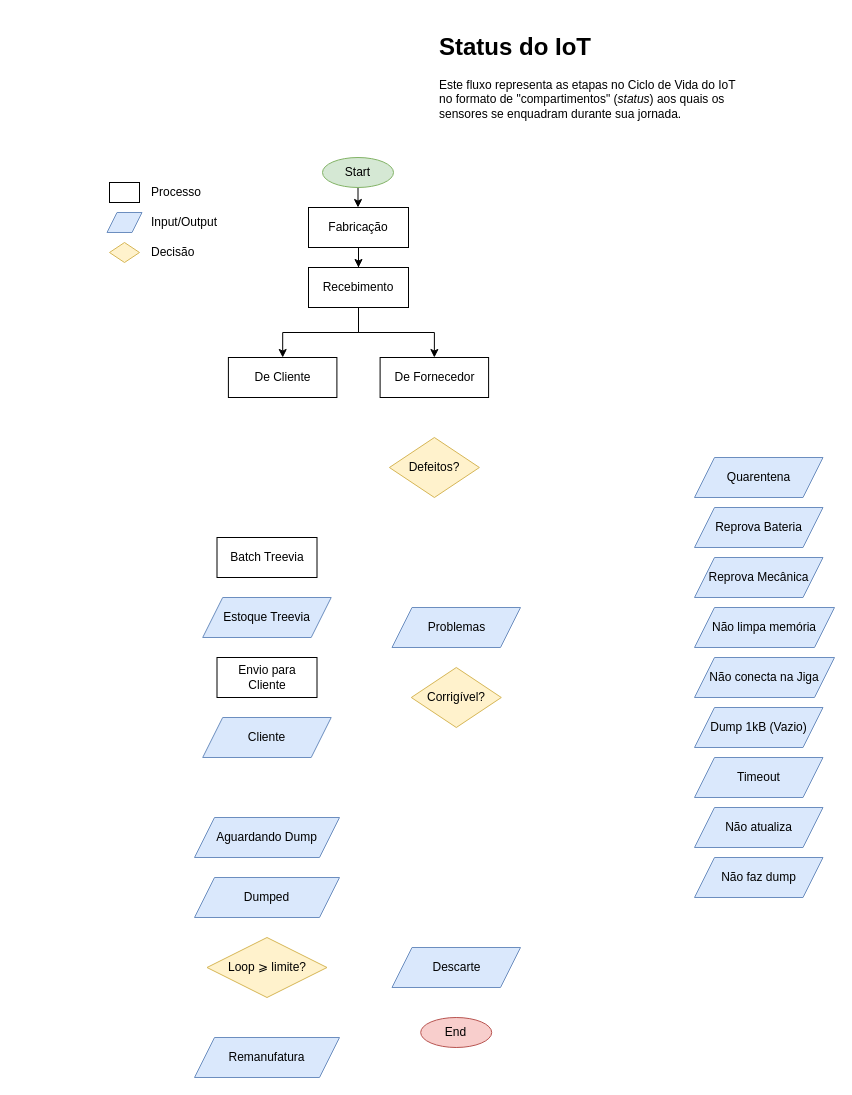
jotasaraiva/iot-life-cycle keeps this draw.io diagram as page "Status LC" (2 of 2) of drawio/life-cycle.drawio. Above is the earlier version. Source tidied: cells renumbered, new cells numbered last; positions are measured from the earlier drawing's top-left corner, leaving out a move shared by most shapes. Both pictures are drawn from the tidied source at 100%, with x=0, y=0 at pixel (106, 27).
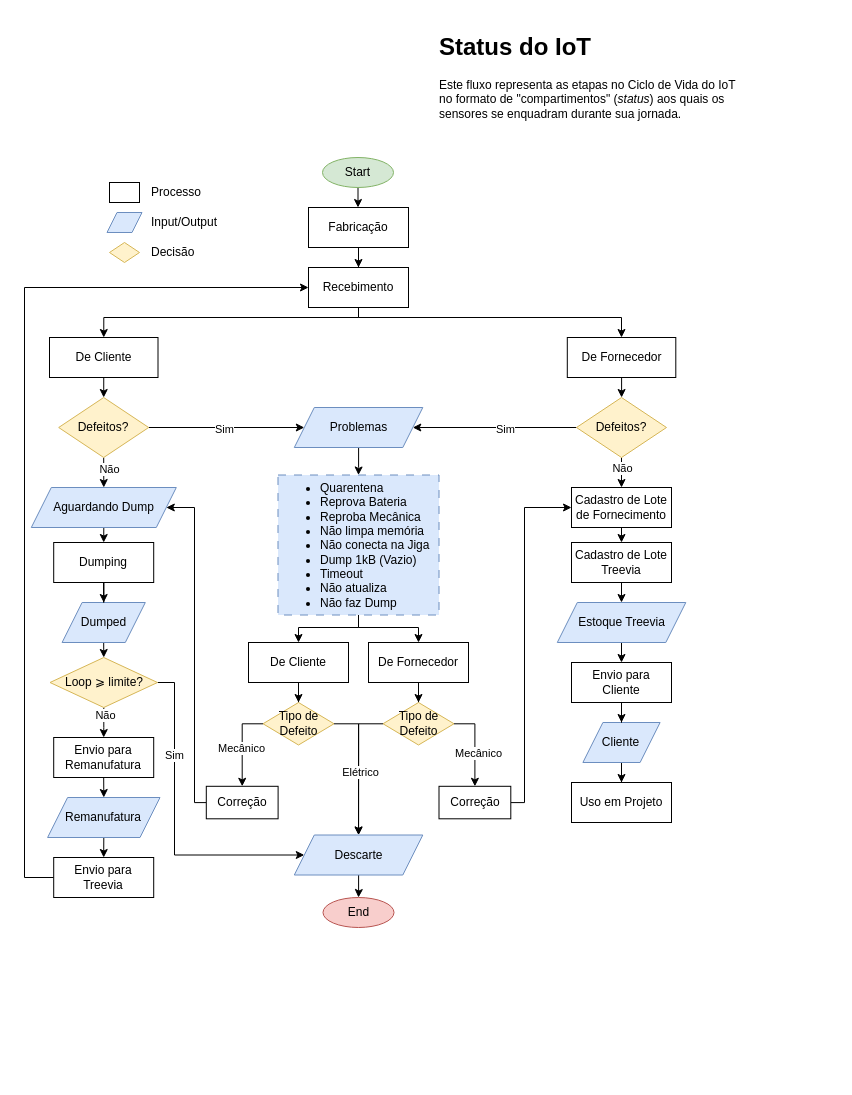
Above is the later version.

Unchanged cells that the change refers to:
```xml
<mxCell id="6" value="Recebimento" style="rounded=0;whiteSpace=wrap;html=1;" parent="1" vertex="1">
  <mxGeometry x="202" y="240" width="100" height="40" as="geometry" />
</mxCell>
```

What changed in the source:
```diff
@@
-    <mxCell id="4" style="edgeStyle=orthogonalEdgeStyle;rounded=0;jettySize=auto;html=1;entryX=0.5;entryY=0;entryDx=0;entryDy=0;" parent="1" edge="1" source="6" target="39">
-      <mxGeometry relative="1" as="geometry" />
+    <mxCell id="4" style="edgeStyle=orthogonalEdgeStyle;rounded=0;jettySize=auto;html=1;" parent="1" edge="1" source="6" target="39">
+      <mxGeometry relative="1" as="geometry">
+        <Array as="points">
+          <mxPoint x="252" y="290" />
+          <mxPoint x="515" y="290" />
+        </Array>
+      </mxGeometry>
     </mxCell>
-    <mxCell id="5" style="edgeStyle=orthogonalEdgeStyle;rounded=0;jettySize=auto;html=1;" parent="1" edge="1" source="6" target="38">
-      <mxGeometry relative="1" as="geometry" />
+    <mxCell id="5" style="edgeStyle=orthogonalEdgeStyle;rounded=0;jettySize=auto;html=1;entryX=0.5;entryY=0;entryDx=0;entryDy=0;" parent="1" edge="1" source="6" target="38">
+      <mxGeometry relative="1" as="geometry">
+        <Array as="points">
+          <mxPoint x="252" y="290" />
+          <mxPoint x="-3" y="290" />
+        </Array>
+      </mxGeometry>
     </mxCell>
@@
+    <mxCell id="40" style="edgeStyle=orthogonalEdgeStyle;rounded=0;jettySize=auto;html=1;entryX=0.5;entryY=0;entryDx=0;entryDy=0;" parent="1" edge="1" source="16" target="36">
+      <mxGeometry relative="1" as="geometry">
+        <Array as="points">
+          <mxPoint x="515.5" y="635" />
+          <mxPoint x="515.5" y="635" />
+        </Array>
+      </mxGeometry>
+    </mxCell>
     <mxCell id="16" value="Estoque Treevia" style="shape=parallelogram;perimeter=parallelogramPerimeter;whiteSpace=wrap;html=1;fixedSize=1;fillColor=#dae8fc;strokeColor=#6c8ebf;" parent="1" vertex="1">
-      <mxGeometry x="96.2" y="570" width="128.5" height="40" as="geometry" />
+      <mxGeometry x="450.8" y="575" width="128.5" height="40" as="geometry" />
     </mxCell>
-    <mxCell id="17" value="Problemas" style="shape=parallelogram;perimeter=parallelogramPerimeter;whiteSpace=wrap;html=1;fixedSize=1;fillColor=#dae8fc;strokeColor=#6c8ebf;" parent="1" vertex="1">
-      <mxGeometry x="285.5" y="580" width="128.5" height="40" as="geometry" />
-    </mxCell>
-    <mxCell id="18" value="Não limpa memória" style="shape=parallelogram;perimeter=parallelogramPerimeter;whiteSpace=wrap;html=1;fixedSize=1;fillColor=#dae8fc;strokeColor=#6c8ebf;" parent="1" vertex="1">
-      <mxGeometry x="588" y="580" width="140" height="40" as="geometry" />
-    </mxCell>
-    <mxCell id="19" value="Não conecta na Jiga" style="shape=parallelogram;perimeter=parallelogramPerimeter;whiteSpace=wrap;html=1;fixedSize=1;fillColor=#dae8fc;strokeColor=#6c8ebf;" parent="1" vertex="1">
-      <mxGeometry x="588" y="630" width="140" height="40" as="geometry" />
-    </mxCell>
-    <mxCell id="20" value="Dump 1kB (Vazio)" style="shape=parallelogram;perimeter=parallelogramPerimeter;whiteSpace=wrap;html=1;fixedSize=1;fillColor=#dae8fc;strokeColor=#6c8ebf;" parent="1" vertex="1">
-      <mxGeometry x="588" y="680" width="128.5" height="40" as="geometry" />
-    </mxCell>
-    <mxCell id="21" value="Timeout" style="shape=parallelogram;perimeter=parallelogramPerimeter;whiteSpace=wrap;html=1;fixedSize=1;fillColor=#dae8fc;strokeColor=#6c8ebf;" parent="1" vertex="1">
-      <mxGeometry x="588" y="730" width="128.5" height="40" as="geometry" />
-    </mxCell>
-    <mxCell id="22" value="Reprova Mecânica" style="shape=parallelogram;perimeter=parallelogramPerimeter;whiteSpace=wrap;html=1;fixedSize=1;fillColor=#dae8fc;strokeColor=#6c8ebf;" parent="1" vertex="1">
-      <mxGeometry x="588" y="530" width="128.5" height="40" as="geometry" />
-    </mxCell>
-    <mxCell id="23" value="Reprova Bateria" style="shape=parallelogram;perimeter=parallelogramPerimeter;whiteSpace=wrap;html=1;fixedSize=1;fillColor=#dae8fc;strokeColor=#6c8ebf;" parent="1" vertex="1">
-      <mxGeometry x="588" y="480" width="128.5" height="40" as="geometry" />
-    </mxCell>
-    <mxCell id="24" value="Quarentena" style="shape=parallelogram;perimeter=parallelogramPerimeter;whiteSpace=wrap;html=1;fixedSize=1;fillColor=#dae8fc;strokeColor=#6c8ebf;" parent="1" vertex="1">
-      <mxGeometry x="588" y="430" width="128.5" height="40" as="geometry" />
-    </mxCell>
-    <mxCell id="25" value="Não atualiza" style="shape=parallelogram;perimeter=parallelogramPerimeter;whiteSpace=wrap;html=1;fixedSize=1;fillColor=#dae8fc;strokeColor=#6c8ebf;" parent="1" vertex="1">
-      <mxGeometry x="588" y="780" width="128.5" height="40" as="geometry" />
-    </mxCell>
-    <mxCell id="26" value="Não faz dump" style="shape=parallelogram;perimeter=parallelogramPerimeter;whiteSpace=wrap;html=1;fixedSize=1;fillColor=#dae8fc;strokeColor=#6c8ebf;" parent="1" vertex="1">
-      <mxGeometry x="588" y="830" width="128.5" height="40" as="geometry" />
-    </mxCell>
+    <mxCell id="41" style="edgeStyle=orthogonalEdgeStyle;rounded=0;jettySize=auto;html=1;entryX=0.5;entryY=0;entryDx=0;entryDy=0;" parent="1" edge="1" source="27" target="67">
+      <mxGeometry relative="1" as="geometry" />
+    </mxCell>
     <mxCell id="27" value="Cliente" style="shape=parallelogram;perimeter=parallelogramPerimeter;whiteSpace=wrap;html=1;fixedSize=1;fillColor=#dae8fc;strokeColor=#6c8ebf;" parent="1" vertex="1">
-      <mxGeometry x="96.2" y="690" width="128.5" height="40" as="geometry" />
+      <mxGeometry x="476.4" y="695" width="77.2" height="40" as="geometry" />
     </mxCell>
+    <mxCell id="42" style="edgeStyle=orthogonalEdgeStyle;rounded=0;jettySize=auto;html=1;exitX=0.5;exitY=1;exitDx=0;exitDy=0;entryX=0.5;entryY=0;entryDx=0;entryDy=0;" parent="1" edge="1" source="28" target="69">
+      <mxGeometry relative="1" as="geometry" />
+    </mxCell>
     <mxCell id="28" value="Aguardando Dump" style="shape=parallelogram;perimeter=parallelogramPerimeter;whiteSpace=wrap;html=1;fixedSize=1;fillColor=#dae8fc;strokeColor=#6c8ebf;" parent="1" vertex="1">
-      <mxGeometry x="88" y="790" width="145" height="40" as="geometry" />
+      <mxGeometry x="-75.2" y="460" width="145" height="40" as="geometry" />
     </mxCell>
+    <mxCell id="43" style="edgeStyle=orthogonalEdgeStyle;rounded=0;jettySize=auto;html=1;exitX=0.5;exitY=1;exitDx=0;exitDy=0;entryX=0.5;entryY=0;entryDx=0;entryDy=0;" parent="1" edge="1" source="29" target="73">
+      <mxGeometry relative="1" as="geometry" />
+    </mxCell>
     <mxCell id="29" value="Remanufatura" style="shape=parallelogram;perimeter=parallelogramPerimeter;whiteSpace=wrap;html=1;fixedSize=1;fillColor=#dae8fc;strokeColor=#6c8ebf;" parent="1" vertex="1">
-      <mxGeometry x="88" y="1010" width="145" height="40" as="geometry" />
+      <mxGeometry x="-58.9" y="770" width="112.4" height="40" as="geometry" />
     </mxCell>
+    <mxCell id="44" style="edgeStyle=orthogonalEdgeStyle;rounded=0;jettySize=auto;html=1;entryX=0;entryY=0.5;entryDx=0;entryDy=0;" parent="1" edge="1" source="30" target="32">
+      <mxGeometry relative="1" as="geometry">
+        <Array as="points">
+          <mxPoint x="68" y="655" />
+          <mxPoint x="68" y="828" />
+        </Array>
+      </mxGeometry>
+    </mxCell>
+    <mxCell id="45" value="Sim" style="edgeLabel;html=1;align=center;verticalAlign=middle;" parent="44" vertex="1">
+      <mxGeometry x="-0.44" y="-1" relative="1" as="geometry" />
+    </mxCell>
+    <mxCell id="46" style="edgeStyle=orthogonalEdgeStyle;rounded=0;jettySize=auto;html=1;entryX=0.5;entryY=0;entryDx=0;entryDy=0;" parent="1" edge="1" source="30" target="71">
+      <mxGeometry relative="1" as="geometry" />
+    </mxCell>
+    <mxCell id="47" value="Não" style="edgeLabel;html=1;align=center;verticalAlign=middle;" parent="46" vertex="1">
+      <mxGeometry x="-0.47" y="1" relative="1" as="geometry" />
+    </mxCell>
     <mxCell id="30" value="Loop ⩾ limite?" style="rhombus;whiteSpace=wrap;html=1;fillColor=#fff2cc;strokeColor=#d6b656;" parent="1" vertex="1">
-      <mxGeometry x="100.5" y="910" width="120" height="60" as="geometry" />
+      <mxGeometry x="-56.5" y="630" width="107.5" height="50" as="geometry" />
     </mxCell>
-    <mxCell id="31" value="Corrigível?" style="rhombus;whiteSpace=wrap;html=1;fillColor=#fff2cc;strokeColor=#d6b656;" parent="1" vertex="1">
-      <mxGeometry x="304.8" y="640" width="90" height="60" as="geometry" />
-    </mxCell>
+    <mxCell id="48" style="edgeStyle=orthogonalEdgeStyle;rounded=0;jettySize=auto;html=1;entryX=0.5;entryY=0;entryDx=0;entryDy=0;" parent="1" edge="1" source="32" target="35">
+      <mxGeometry relative="1" as="geometry" />
+    </mxCell>
     <mxCell id="32" value="Descarte" style="shape=parallelogram;perimeter=parallelogramPerimeter;whiteSpace=wrap;html=1;fixedSize=1;fillColor=#dae8fc;strokeColor=#6c8ebf;" parent="1" vertex="1">
-      <mxGeometry x="285.5" y="920" width="128.5" height="40" as="geometry" />
+      <mxGeometry x="187.8" y="807.5" width="128.5" height="40" as="geometry" />
     </mxCell>
+    <mxCell id="49" style="edgeStyle=orthogonalEdgeStyle;rounded=0;jettySize=auto;html=1;" parent="1" edge="1" source="33" target="60">
+      <mxGeometry relative="1" as="geometry">
+        <Array as="points">
+          <mxPoint x="515" y="440" />
+          <mxPoint x="515" y="440" />
+        </Array>
+      </mxGeometry>
+    </mxCell>
+    <mxCell id="50" value="Não" style="edgeLabel;html=1;align=center;verticalAlign=middle;" parent="49" vertex="1">
+      <mxGeometry x="-0.6" y="1" relative="1" as="geometry">
+        <mxPoint x="-1" y="4" as="offset" />
+      </mxGeometry>
+    </mxCell>
+    <mxCell id="51" style="edgeStyle=orthogonalEdgeStyle;rounded=0;jettySize=auto;html=1;entryX=1;entryY=0.5;entryDx=0;entryDy=0;" parent="1" edge="1" source="33" target="17">
+      <mxGeometry relative="1" as="geometry" />
+    </mxCell>
+    <mxCell id="52" value="Sim" style="edgeLabel;html=1;align=center;verticalAlign=middle;" parent="51" vertex="1">
+      <mxGeometry x="-0.12" y="1" relative="1" as="geometry" />
+    </mxCell>
     <mxCell id="33" value="Defeitos?" style="rhombus;whiteSpace=wrap;html=1;fillColor=#fff2cc;strokeColor=#d6b656;" parent="1" vertex="1">
-      <mxGeometry x="282.9" y="410" width="90" height="60" as="geometry" />
+      <mxGeometry x="470" y="370" width="90" height="60" as="geometry" />
     </mxCell>
+    <mxCell id="53" style="edgeStyle=orthogonalEdgeStyle;rounded=0;jettySize=auto;html=1;exitX=0.5;exitY=1;exitDx=0;exitDy=0;entryX=0.5;entryY=0;entryDx=0;entryDy=0;" parent="1" edge="1" source="34" target="30">
+      <mxGeometry relative="1" as="geometry" />
+    </mxCell>
     <mxCell id="34" value="Dumped" style="shape=parallelogram;perimeter=parallelogramPerimeter;whiteSpace=wrap;html=1;fixedSize=1;fillColor=#dae8fc;strokeColor=#6c8ebf;" parent="1" vertex="1">
-      <mxGeometry x="88" y="850" width="145" height="40" as="geometry" />
+      <mxGeometry x="-44.4" y="575" width="83.2" height="40" as="geometry" />
     </mxCell>
     <mxCell id="35" value="End" style="ellipse;whiteSpace=wrap;html=1;fillColor=#f8cecc;strokeColor=#b85450;" parent="1" vertex="1">
-      <mxGeometry x="314.2" y="990" width="71" height="30" as="geometry" />
+      <mxGeometry x="216.5" y="870" width="71" height="30" as="geometry" />
     </mxCell>
+    <mxCell id="54" style="edgeStyle=orthogonalEdgeStyle;rounded=0;jettySize=auto;html=1;entryX=0.5;entryY=0;entryDx=0;entryDy=0;" parent="1" edge="1" source="36" target="27">
+      <mxGeometry relative="1" as="geometry" />
+    </mxCell>
     <mxCell id="36" value="Envio para Cliente" style="rounded=0;whiteSpace=wrap;html=1;" parent="1" vertex="1">
-      <mxGeometry x="110.5" y="630" width="100" height="40" as="geometry" />
+      <mxGeometry x="465" y="635" width="100" height="40" as="geometry" />
     </mxCell>
-    <mxCell id="37" value="Batch Treevia" style="rounded=0;whiteSpace=wrap;html=1;" parent="1" vertex="1">
-      <mxGeometry x="110.5" y="510" width="100" height="40" as="geometry" />
-    </mxCell>
+    <mxCell id="55" style="edgeStyle=orthogonalEdgeStyle;rounded=0;jettySize=auto;html=1;exitX=0.5;exitY=1;exitDx=0;exitDy=0;entryX=0.5;entryY=0;entryDx=0;entryDy=0;" parent="1" edge="1" source="38" target="66">
+      <mxGeometry relative="1" as="geometry" />
+    </mxCell>
     <mxCell id="38" value="De Cliente" style="rounded=0;whiteSpace=wrap;html=1;" parent="1" vertex="1">
-      <mxGeometry x="121.9" y="330" width="108.5" height="40" as="geometry" />
+      <mxGeometry x="-57" y="310" width="108.5" height="40" as="geometry" />
     </mxCell>
+    <mxCell id="56" style="edgeStyle=orthogonalEdgeStyle;rounded=0;jettySize=auto;html=1;" parent="1" edge="1" source="39" target="33">
+      <mxGeometry relative="1" as="geometry" />
+    </mxCell>
     <mxCell id="39" value="De Fornecedor" style="rounded=0;whiteSpace=wrap;html=1;" parent="1" vertex="1">
-      <mxGeometry x="273.6" y="330" width="108.5" height="40" as="geometry" />
+      <mxGeometry x="460.8" y="310" width="108.5" height="40" as="geometry" />
     </mxCell>
+    <mxCell id="57" style="edgeStyle=orthogonalEdgeStyle;rounded=0;jettySize=auto;html=1;entryX=0.5;entryY=0;entryDx=0;entryDy=0;" parent="1" edge="1" source="58" target="16">
+      <mxGeometry relative="1" as="geometry" />
+    </mxCell>
+    <mxCell id="58" value="Cadastro de Lote Treevia" style="rounded=0;whiteSpace=wrap;html=1;" parent="1" vertex="1">
+      <mxGeometry x="465" y="515" width="100" height="40" as="geometry" />
+    </mxCell>
+    <mxCell id="59" style="edgeStyle=orthogonalEdgeStyle;rounded=0;jettySize=auto;html=1;exitX=0.5;exitY=1;exitDx=0;exitDy=0;entryX=0.5;entryY=0;entryDx=0;entryDy=0;" parent="1" edge="1" source="60" target="58">
+      <mxGeometry relative="1" as="geometry" />
+    </mxCell>
+    <mxCell id="60" value="Cadastro de Lote de Fornecimento" style="rounded=0;whiteSpace=wrap;html=1;" parent="1" vertex="1">
+      <mxGeometry x="465" y="460" width="100" height="40" as="geometry" />
+    </mxCell>
+    <mxCell id="61" style="edgeStyle=orthogonalEdgeStyle;rounded=0;jettySize=auto;html=1;entryX=0.5;entryY=0;entryDx=0;entryDy=0;" parent="1" edge="1" source="17" target="76">
+      <mxGeometry relative="1" as="geometry" />
+    </mxCell>
+    <mxCell id="17" value="Problemas" style="shape=parallelogram;perimeter=parallelogramPerimeter;whiteSpace=wrap;html=1;fixedSize=1;fillColor=#dae8fc;strokeColor=#6c8ebf;" parent="1" vertex="1">
+      <mxGeometry x="187.8" y="380" width="128.5" height="40" as="geometry" />
+    </mxCell>
+    <mxCell id="62" style="edgeStyle=orthogonalEdgeStyle;rounded=0;jettySize=auto;html=1;entryX=0.5;entryY=0;entryDx=0;entryDy=0;" parent="1" edge="1" source="66" target="28">
+      <mxGeometry relative="1" as="geometry">
+        <Array as="points">
+          <mxPoint x="-2" y="440" />
+          <mxPoint x="-2" y="440" />
+        </Array>
+      </mxGeometry>
+    </mxCell>
+    <mxCell id="63" value="Não" style="edgeLabel;html=1;align=center;verticalAlign=middle;" parent="62" vertex="1">
+      <mxGeometry x="-0.2" y="5" relative="1" as="geometry" />
+    </mxCell>
+    <mxCell id="64" style="edgeStyle=orthogonalEdgeStyle;rounded=0;jettySize=auto;html=1;entryX=0;entryY=0.5;entryDx=0;entryDy=0;" parent="1" edge="1" source="66" target="17">
+      <mxGeometry relative="1" as="geometry" />
+    </mxCell>
+    <mxCell id="65" value="Sim" style="edgeLabel;html=1;align=center;verticalAlign=middle;" parent="64" vertex="1">
+      <mxGeometry x="-0.03" y="-1" relative="1" as="geometry" />
+    </mxCell>
+    <mxCell id="66" value="Defeitos?" style="rhombus;whiteSpace=wrap;html=1;fillColor=#fff2cc;strokeColor=#d6b656;" parent="1" vertex="1">
+      <mxGeometry x="-47.8" y="370" width="90" height="60" as="geometry" />
+    </mxCell>
+    <mxCell id="67" value="Uso em Projeto" style="rounded=0;whiteSpace=wrap;html=1;" parent="1" vertex="1">
+      <mxGeometry x="465" y="755" width="100" height="40" as="geometry" />
+    </mxCell>
+    <mxCell id="68" style="edgeStyle=orthogonalEdgeStyle;rounded=0;jettySize=auto;html=1;" parent="1" edge="1" source="69" target="34">
+      <mxGeometry relative="1" as="geometry" />
+    </mxCell>
+    <mxCell id="69" value="Dumping" style="rounded=0;whiteSpace=wrap;html=1;" parent="1" vertex="1">
+      <mxGeometry x="-52.8" y="515" width="100" height="40" as="geometry" />
+    </mxCell>
+    <mxCell id="70" style="edgeStyle=orthogonalEdgeStyle;rounded=0;jettySize=auto;html=1;exitX=0.5;exitY=1;exitDx=0;exitDy=0;entryX=0.5;entryY=0;entryDx=0;entryDy=0;" parent="1" edge="1" source="71" target="29">
+      <mxGeometry relative="1" as="geometry" />
+    </mxCell>
+    <mxCell id="71" value="Envio para Remanufatura" style="rounded=0;whiteSpace=wrap;html=1;" parent="1" vertex="1">
+      <mxGeometry x="-52.8" y="710" width="100" height="40" as="geometry" />
+    </mxCell>
+    <mxCell id="72" style="edgeStyle=orthogonalEdgeStyle;rounded=0;jettySize=auto;html=1;entryX=0;entryY=0.5;entryDx=0;entryDy=0;" parent="1" edge="1" source="73" target="6">
+      <mxGeometry relative="1" as="geometry">
+        <Array as="points">
+          <mxPoint x="-82" y="850" />
+          <mxPoint x="-82" y="260" />
+        </Array>
+      </mxGeometry>
+    </mxCell>
+    <mxCell id="73" value="Envio para Treevia" style="rounded=0;whiteSpace=wrap;html=1;" parent="1" vertex="1">
+      <mxGeometry x="-52.8" y="830" width="100" height="40" as="geometry" />
+    </mxCell>
+    <mxCell id="74" style="edgeStyle=orthogonalEdgeStyle;rounded=0;jettySize=auto;html=1;entryX=0.5;entryY=0;entryDx=0;entryDy=0;" parent="1" edge="1" source="76" target="80">
+      <mxGeometry relative="1" as="geometry">
+        <Array as="points">
+          <mxPoint x="252" y="600" />
+          <mxPoint x="312" y="600" />
+        </Array>
+      </mxGeometry>
+    </mxCell>
+    <mxCell id="75" style="edgeStyle=orthogonalEdgeStyle;rounded=0;jettySize=auto;html=1;entryX=0.5;entryY=0;entryDx=0;entryDy=0;" parent="1" edge="1" source="76" target="78">
+      <mxGeometry relative="1" as="geometry">
+        <Array as="points">
+          <mxPoint x="252" y="600" />
+          <mxPoint x="192" y="600" />
+        </Array>
+      </mxGeometry>
+    </mxCell>
+    <mxCell id="76" value="&lt;ul&gt;&lt;li style=&quot;&quot;&gt;&lt;span style=&quot;background-color: initial;&quot;&gt;Quarentena&lt;/span&gt;&lt;/li&gt;&lt;li style=&quot;&quot;&gt;&lt;span style=&quot;background-color: initial;&quot;&gt;Reprova Bateria&lt;/span&gt;&lt;/li&gt;&lt;li style=&quot;&quot;&gt;&lt;span style=&quot;background-color: initial;&quot;&gt;Reproba Mecânica&lt;/span&gt;&lt;/li&gt;&lt;li style=&quot;&quot;&gt;&lt;span style=&quot;background-color: initial;&quot;&gt;Não limpa memória&lt;/span&gt;&lt;/li&gt;&lt;li style=&quot;&quot;&gt;&lt;span style=&quot;background-color: initial;&quot;&gt;Não conecta na Jiga&lt;/span&gt;&lt;/li&gt;&lt;li style=&quot;&quot;&gt;&lt;span style=&quot;background-color: initial;&quot;&gt;Dump 1kB (Vazio)&lt;/span&gt;&lt;/li&gt;&lt;li style=&quot;&quot;&gt;&lt;span style=&quot;background-color: initial;&quot;&gt;Timeout&lt;/span&gt;&lt;/li&gt;&lt;li style=&quot;&quot;&gt;&lt;span style=&quot;background-color: initial;&quot;&gt;Não atualiza&lt;/span&gt;&lt;/li&gt;&lt;li style=&quot;&quot;&gt;&lt;span style=&quot;background-color: initial;&quot;&gt;Não faz Dump&lt;/span&gt;&lt;/li&gt;&lt;/ul&gt;" style="rounded=0;whiteSpace=wrap;html=1;fillColor=#dae8fc;align=left;strokeColor=#6c8ebf;dashed=1;dashPattern=8 8;" parent="1" vertex="1">
+      <mxGeometry x="171.5" y="447.5" width="161" height="140" as="geometry" />
+    </mxCell>
+    <mxCell id="77" style="edgeStyle=orthogonalEdgeStyle;rounded=0;jettySize=auto;html=1;entryX=0.5;entryY=0;entryDx=0;entryDy=0;" parent="1" edge="1" source="78" target="89">
+      <mxGeometry relative="1" as="geometry" />
+    </mxCell>
+    <mxCell id="78" value="De Cliente" style="rounded=0;whiteSpace=wrap;html=1;" parent="1" vertex="1">
+      <mxGeometry x="142" y="615" width="100" height="40" as="geometry" />
+    </mxCell>
+    <mxCell id="79" style="edgeStyle=orthogonalEdgeStyle;rounded=0;jettySize=auto;html=1;entryX=0.5;entryY=0;entryDx=0;entryDy=0;" parent="1" edge="1" source="80" target="84">
+      <mxGeometry relative="1" as="geometry" />
+    </mxCell>
+    <mxCell id="80" value="De Fornecedor" style="rounded=0;whiteSpace=wrap;html=1;" parent="1" vertex="1">
+      <mxGeometry x="262" y="615" width="100" height="40" as="geometry" />
+    </mxCell>
+    <mxCell id="81" style="edgeStyle=orthogonalEdgeStyle;rounded=0;jettySize=auto;html=1;entryX=0.5;entryY=0;entryDx=0;entryDy=0;" parent="1" edge="1" source="84" target="91">
+      <mxGeometry relative="1" as="geometry">
+        <Array as="points">
+          <mxPoint x="368" y="696.5" />
+        </Array>
+      </mxGeometry>
+    </mxCell>
+    <mxCell id="82" value="Mecânico" style="edgeLabel;html=1;align=center;verticalAlign=middle;" parent="81" vertex="1">
+      <mxGeometry x="0.19" y="3" relative="1" as="geometry" />
+    </mxCell>
+    <mxCell id="83" style="edgeStyle=orthogonalEdgeStyle;rounded=0;jettySize=auto;html=1;entryX=0.5;entryY=0;entryDx=0;entryDy=0;" parent="1" edge="1" source="84" target="32">
+      <mxGeometry relative="1" as="geometry">
+        <Array as="points">
+          <mxPoint x="252" y="696.5" />
+        </Array>
+      </mxGeometry>
+    </mxCell>
+    <mxCell id="84" value="Tipo de Defeito" style="rhombus;whiteSpace=wrap;html=1;fillColor=#fff2cc;strokeColor=#d6b656;" parent="1" vertex="1">
+      <mxGeometry x="276.5" y="675" width="71" height="42.5" as="geometry" />
+    </mxCell>
+    <mxCell id="85" style="edgeStyle=orthogonalEdgeStyle;rounded=0;jettySize=auto;html=1;entryX=0.5;entryY=0;entryDx=0;entryDy=0;" parent="1" edge="1" source="89" target="93">
+      <mxGeometry relative="1" as="geometry">
+        <Array as="points">
+          <mxPoint x="136" y="696.5" />
+        </Array>
+      </mxGeometry>
+    </mxCell>
+    <mxCell id="86" value="Mecânico" style="edgeLabel;html=1;align=center;verticalAlign=middle;" parent="85" vertex="1">
+      <mxGeometry x="0.09" y="-1" relative="1" as="geometry" />
+    </mxCell>
+    <mxCell id="87" style="edgeStyle=orthogonalEdgeStyle;rounded=0;jettySize=auto;html=1;entryX=0.5;entryY=0;entryDx=0;entryDy=0;" parent="1" edge="1" source="89" target="32">
+      <mxGeometry relative="1" as="geometry">
+        <Array as="points">
+          <mxPoint x="252" y="696.5" />
+        </Array>
+      </mxGeometry>
+    </mxCell>
+    <mxCell id="88" value="Elétrico" style="edgeLabel;html=1;align=center;verticalAlign=middle;" parent="87" vertex="1">
+      <mxGeometry x="0.07" y="1" relative="1" as="geometry" />
+    </mxCell>
+    <mxCell id="89" value="Tipo de Defeito" style="rhombus;whiteSpace=wrap;html=1;fillColor=#fff2cc;strokeColor=#d6b656;" parent="1" vertex="1">
+      <mxGeometry x="156.5" y="675" width="71" height="42.5" as="geometry" />
+    </mxCell>
+    <mxCell id="90" style="edgeStyle=orthogonalEdgeStyle;rounded=0;jettySize=auto;html=1;entryX=0;entryY=0.5;entryDx=0;entryDy=0;" parent="1" edge="1" source="91" target="60">
+      <mxGeometry relative="1" as="geometry">
+        <Array as="points">
+          <mxPoint x="418" y="775" />
+          <mxPoint x="418" y="480" />
+        </Array>
+      </mxGeometry>
+    </mxCell>
+    <mxCell id="91" value="Correção" style="rounded=0;whiteSpace=wrap;html=1;" parent="1" vertex="1">
+      <mxGeometry x="332.5" y="758.8" width="71.8" height="32.5" as="geometry" />
+    </mxCell>
+    <mxCell id="92" style="edgeStyle=orthogonalEdgeStyle;rounded=0;jettySize=auto;html=1;entryX=1;entryY=0.5;entryDx=0;entryDy=0;" parent="1" edge="1" source="93" target="28">
+      <mxGeometry relative="1" as="geometry">
+        <Array as="points">
+          <mxPoint x="88" y="775" />
+          <mxPoint x="88" y="480" />
+        </Array>
+      </mxGeometry>
+    </mxCell>
+    <mxCell id="93" value="Correção" style="rounded=0;whiteSpace=wrap;html=1;" parent="1" vertex="1">
+      <mxGeometry x="99.8" y="758.8" width="71.8" height="32.5" as="geometry" />
+    </mxCell>
```
